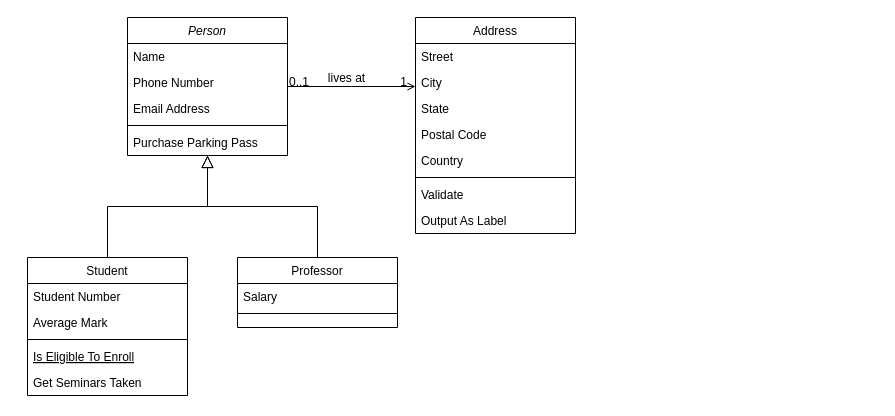
Before: projektskizze/bilder/Unbenanntes Diagramm.drawio in Alexander-Reimer/Simulation-of-MNNs, a draw.io diagram. Source tidied: cells renumbered, new cells numbered last; positions are measured from the earlier drawing's top-left corner, leaving out a move shared by most shapes. Both pictures are drawn from the tidied source at 100%, with x=0, y=0 at pixel (27, 17).
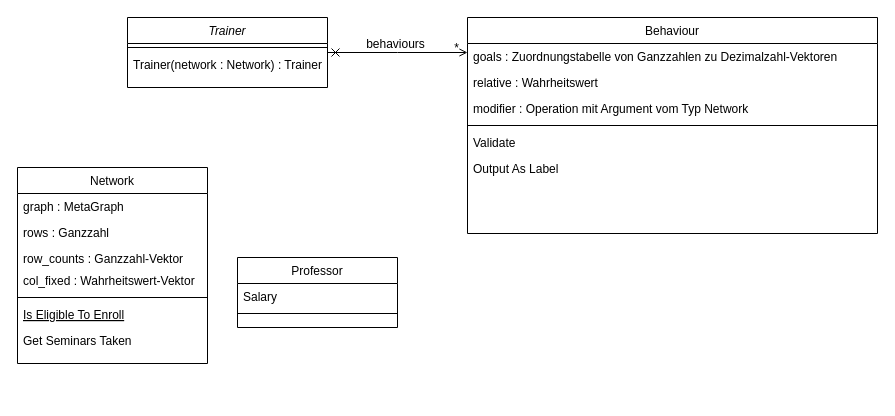
The same diagram, later.

The change refers to these unchanged cells:
```xml
<mxCell id="15" value="Professor" style="swimlane;fontStyle=0;align=center;verticalAlign=top;horizontal=1;startSize=26;rounded=0;shadow=0;strokeWidth=1;" parent="1" vertex="1">
  <mxGeometry x="210" y="240" width="160" height="70" as="geometry" />
</mxCell>
```

The edit, as a diff of the source:
```diff
@@
-    <mxCell id="2" value="Person" style="swimlane;fontStyle=2;align=center;verticalAlign=top;horizontal=1;startSize=26;rounded=0;shadow=0;strokeWidth=1;" parent="1" vertex="1">
-      <mxGeometry x="100" width="160" height="138" as="geometry" />
+    <mxCell id="2" value="Trainer" style="swimlane;fontStyle=2;align=center;verticalAlign=top;horizontal=1;startSize=26;rounded=0;shadow=0;strokeWidth=1;" parent="1" vertex="1">
+      <mxGeometry x="100" width="200" height="70" as="geometry" />
     </mxCell>
-    <mxCell id="3" value="Name" style="text;align=left;verticalAlign=top;spacingLeft=4;spacingRight=4;overflow=hidden;" parent="2" vertex="1">
-      <mxGeometry y="26" width="160" height="26" as="geometry" />
-    </mxCell>
-    <mxCell id="4" value="Phone Number" style="text;align=left;verticalAlign=top;spacingLeft=4;spacingRight=4;overflow=hidden;rounded=0;shadow=0;html=0;" parent="2" vertex="1">
-      <mxGeometry y="52" width="160" height="26" as="geometry" />
-    </mxCell>
-    <mxCell id="5" value="Email Address" style="text;align=left;verticalAlign=top;spacingLeft=4;spacingRight=4;overflow=hidden;rounded=0;shadow=0;html=0;" parent="2" vertex="1">
-      <mxGeometry y="78" width="160" height="26" as="geometry" />
-    </mxCell>
     <mxCell id="6" style="line;html=1;strokeWidth=1;align=left;verticalAlign=middle;spacingTop=-1;spacingLeft=3;spacingRight=3;labelPosition=right;" parent="2" vertex="1">
-      <mxGeometry y="104" width="160" height="8" as="geometry" />
+      <mxGeometry y="26" width="200" height="8" as="geometry" />
     </mxCell>
-    <mxCell id="7" value="Purchase Parking Pass" style="text;align=left;verticalAlign=top;spacingLeft=4;spacingRight=4;overflow=hidden;" parent="2" vertex="1">
-      <mxGeometry y="112" width="160" height="26" as="geometry" />
+    <mxCell id="7" value="Trainer(network : Network) : Trainer" style="text;align=left;verticalAlign=top;spacingLeft=4;spacingRight=4;overflow=hidden;" parent="2" vertex="1">
+      <mxGeometry y="34" width="200" height="26" as="geometry" />
     </mxCell>
-    <mxCell id="8" value="Student" style="swimlane;fontStyle=0;align=center;verticalAlign=top;horizontal=1;startSize=26;rounded=0;shadow=0;strokeWidth=1;" parent="1" vertex="1">
-      <mxGeometry y="240" width="160" height="138" as="geometry" />
+    <mxCell id="8" value="Network" style="swimlane;fontStyle=0;align=center;verticalAlign=top;horizontal=1;startSize=26;rounded=0;shadow=0;strokeWidth=1;" parent="1" vertex="1">
+      <mxGeometry x="-10" y="150" width="190" height="196" as="geometry" />
     </mxCell>
-    <mxCell id="9" value="Student Number" style="text;align=left;verticalAlign=top;spacingLeft=4;spacingRight=4;overflow=hidden;" parent="8" vertex="1">
-      <mxGeometry y="26" width="160" height="26" as="geometry" />
+    <mxCell id="9" value="graph : MetaGraph" style="text;align=left;verticalAlign=top;spacingLeft=4;spacingRight=4;overflow=hidden;" parent="8" vertex="1">
+      <mxGeometry y="26" width="190" height="26" as="geometry" />
     </mxCell>
-    <mxCell id="10" value="Average Mark" style="text;align=left;verticalAlign=top;spacingLeft=4;spacingRight=4;overflow=hidden;rounded=0;shadow=0;html=0;" parent="8" vertex="1">
-      <mxGeometry y="52" width="160" height="26" as="geometry" />
+    <mxCell id="10" value="rows : Ganzzahl" style="text;align=left;verticalAlign=top;spacingLeft=4;spacingRight=4;overflow=hidden;rounded=0;shadow=0;html=0;" parent="8" vertex="1">
+      <mxGeometry y="52" width="190" height="26" as="geometry" />
     </mxCell>
+    <mxCell id="32" value="row_counts : Ganzzahl-Vektor" style="text;align=left;verticalAlign=top;spacingLeft=4;spacingRight=4;overflow=hidden;rounded=0;shadow=0;html=0;" parent="8" vertex="1">
+      <mxGeometry y="78" width="190" height="22" as="geometry" />
+    </mxCell>
+    <mxCell id="33" value="col_fixed : Wahrheitswert-Vektor" style="text;align=left;verticalAlign=top;spacingLeft=4;spacingRight=4;overflow=hidden;rounded=0;shadow=0;html=0;" parent="8" vertex="1">
+      <mxGeometry y="100" width="190" height="26" as="geometry" />
+    </mxCell>
     <mxCell id="11" style="line;html=1;strokeWidth=1;align=left;verticalAlign=middle;spacingTop=-1;spacingLeft=3;spacingRight=3;labelPosition=right;" parent="8" vertex="1">
-      <mxGeometry y="78" width="160" height="8" as="geometry" />
+      <mxGeometry y="126" width="190" height="8" as="geometry" />
     </mxCell>
     <mxCell id="12" value="Is Eligible To Enroll" style="text;align=left;verticalAlign=top;spacingLeft=4;spacingRight=4;overflow=hidden;fontStyle=4;" parent="8" vertex="1">
-      <mxGeometry y="86" width="160" height="26" as="geometry" />
+      <mxGeometry y="134" width="190" height="26" as="geometry" />
     </mxCell>
     <mxCell id="13" value="Get Seminars Taken" style="text;align=left;verticalAlign=top;spacingLeft=4;spacingRight=4;overflow=hidden;" parent="8" vertex="1">
-      <mxGeometry y="112" width="160" height="26" as="geometry" />
+      <mxGeometry y="160" width="190" height="26" as="geometry" />
     </mxCell>
-    <mxCell id="14" style="endArrow=block;endSize=10;endFill=0;shadow=0;strokeWidth=1;rounded=0;edgeStyle=elbowEdgeStyle;elbow=vertical;" parent="1" edge="1" source="8" target="2">
-      <mxGeometry relative="1" as="geometry" />
-    </mxCell>
@@
-    <mxCell id="18" style="endArrow=block;endSize=10;endFill=0;shadow=0;strokeWidth=1;rounded=0;edgeStyle=elbowEdgeStyle;elbow=vertical;" parent="1" edge="1" source="15" target="2">
-      <mxGeometry relative="1" as="geometry" />
-    </mxCell>
-    <mxCell id="19" value="Address" style="swimlane;fontStyle=0;align=center;verticalAlign=top;horizontal=1;startSize=26;rounded=0;shadow=0;strokeWidth=1;" parent="1" vertex="1">
-      <mxGeometry x="388" width="160" height="216" as="geometry" />
+    <mxCell id="19" value="Behaviour" style="swimlane;fontStyle=0;align=center;verticalAlign=top;horizontal=1;startSize=26;rounded=0;shadow=0;strokeWidth=1;" parent="1" vertex="1">
+      <mxGeometry x="440" width="410" height="216" as="geometry" />
     </mxCell>
-    <mxCell id="20" value="Street" style="text;align=left;verticalAlign=top;spacingLeft=4;spacingRight=4;overflow=hidden;" parent="19" vertex="1">
-      <mxGeometry y="26" width="160" height="26" as="geometry" />
+    <mxCell id="20" value="goals : Zuordnungstabelle von Ganzzahlen zu  Dezimalzahl-Vektoren" style="text;align=left;verticalAlign=top;spacingLeft=4;spacingRight=4;overflow=hidden;" parent="19" vertex="1">
+      <mxGeometry y="26" width="410" height="26" as="geometry" />
     </mxCell>
-    <mxCell id="21" value="City" style="text;align=left;verticalAlign=top;spacingLeft=4;spacingRight=4;overflow=hidden;rounded=0;shadow=0;html=0;" parent="19" vertex="1">
-      <mxGeometry y="52" width="160" height="26" as="geometry" />
+    <mxCell id="21" value="relative : Wahrheitswert" style="text;align=left;verticalAlign=top;spacingLeft=4;spacingRight=4;overflow=hidden;rounded=0;shadow=0;html=0;" parent="19" vertex="1">
+      <mxGeometry y="52" width="410" height="26" as="geometry" />
     </mxCell>
-    <mxCell id="22" value="State" style="text;align=left;verticalAlign=top;spacingLeft=4;spacingRight=4;overflow=hidden;rounded=0;shadow=0;html=0;" parent="19" vertex="1">
-      <mxGeometry y="78" width="160" height="26" as="geometry" />
+    <mxCell id="22" value="modifier : Operation mit Argument vom Typ Network" style="text;align=left;verticalAlign=top;spacingLeft=4;spacingRight=4;overflow=hidden;rounded=0;shadow=0;html=0;" parent="19" vertex="1">
+      <mxGeometry y="78" width="410" height="26" as="geometry" />
     </mxCell>
-    <mxCell id="23" value="Postal Code" style="text;align=left;verticalAlign=top;spacingLeft=4;spacingRight=4;overflow=hidden;rounded=0;shadow=0;html=0;" parent="19" vertex="1">
-      <mxGeometry y="104" width="160" height="26" as="geometry" />
-    </mxCell>
-    <mxCell id="24" value="Country" style="text;align=left;verticalAlign=top;spacingLeft=4;spacingRight=4;overflow=hidden;rounded=0;shadow=0;html=0;" parent="19" vertex="1">
-      <mxGeometry y="130" width="160" height="26" as="geometry" />
-    </mxCell>
     <mxCell id="25" style="line;html=1;strokeWidth=1;align=left;verticalAlign=middle;spacingTop=-1;spacingLeft=3;spacingRight=3;labelPosition=right;" parent="19" vertex="1">
-      <mxGeometry y="156" width="160" height="8" as="geometry" />
+      <mxGeometry y="104" width="410" height="8" as="geometry" />
     </mxCell>
     <mxCell id="26" value="Validate" style="text;align=left;verticalAlign=top;spacingLeft=4;spacingRight=4;overflow=hidden;" parent="19" vertex="1">
-      <mxGeometry y="164" width="160" height="26" as="geometry" />
+      <mxGeometry y="112" width="410" height="26" as="geometry" />
     </mxCell>
     <mxCell id="27" value="Output As Label" style="text;align=left;verticalAlign=top;spacingLeft=4;spacingRight=4;overflow=hidden;" parent="19" vertex="1">
-      <mxGeometry y="190" width="160" height="26" as="geometry" />
+      <mxGeometry y="138" width="410" height="26" as="geometry" />
     </mxCell>
-    <mxCell id="28" style="endArrow=open;shadow=0;strokeWidth=1;rounded=0;endFill=1;edgeStyle=elbowEdgeStyle;elbow=vertical;" parent="1" edge="1" source="2" target="19">
+    <mxCell id="28" style="endArrow=open;shadow=0;strokeWidth=1;rounded=0;endFill=1;edgeStyle=elbowEdgeStyle;elbow=vertical;startArrow=cross;startFill=0;" parent="1" edge="1" source="2" target="19">
       <mxGeometry x="0.5" y="41" relative="1" as="geometry">
         <mxPoint x="-40" y="32" as="offset" />
       </mxGeometry>
     </mxCell>
-    <mxCell id="29" value="0..1" style="align=left;verticalAlign=bottom;labelBackgroundColor=none;fontSize=12;" parent="28" vertex="1">
+    <mxCell id="29" style="align=left;verticalAlign=bottom;labelBackgroundColor=none;fontSize=12;" parent="28" vertex="1">
       <mxGeometry x="-1" relative="1" as="geometry">
         <mxPoint y="4" as="offset" />
       </mxGeometry>
     </mxCell>
-    <mxCell id="30" value="1" style="align=right;verticalAlign=bottom;labelBackgroundColor=none;fontSize=12;" parent="28" vertex="1">
+    <mxCell id="30" value="*" style="align=right;verticalAlign=bottom;labelBackgroundColor=none;fontSize=12;" parent="28" vertex="1">
       <mxGeometry x="1" relative="1" as="geometry">
         <mxPoint x="-7" y="4" as="offset" />
       </mxGeometry>
     </mxCell>
-    <mxCell id="31" value="lives at" style="text;html=1;align=center;verticalAlign=middle;labelBackgroundColor=none;rounded=0;shadow=0;strokeWidth=1;fontSize=12;" parent="28" vertex="1">
+    <mxCell id="31" value="&lt;div&gt;behaviours&lt;/div&gt;" style="text;html=1;align=center;verticalAlign=middle;labelBackgroundColor=none;rounded=0;shadow=0;strokeWidth=1;fontSize=12;" parent="28" vertex="1">
       <mxGeometry x="0.5" y="49" relative="1" as="geometry">
         <mxPoint x="-38" y="40" as="offset" />
       </mxGeometry>
     </mxCell>
```
